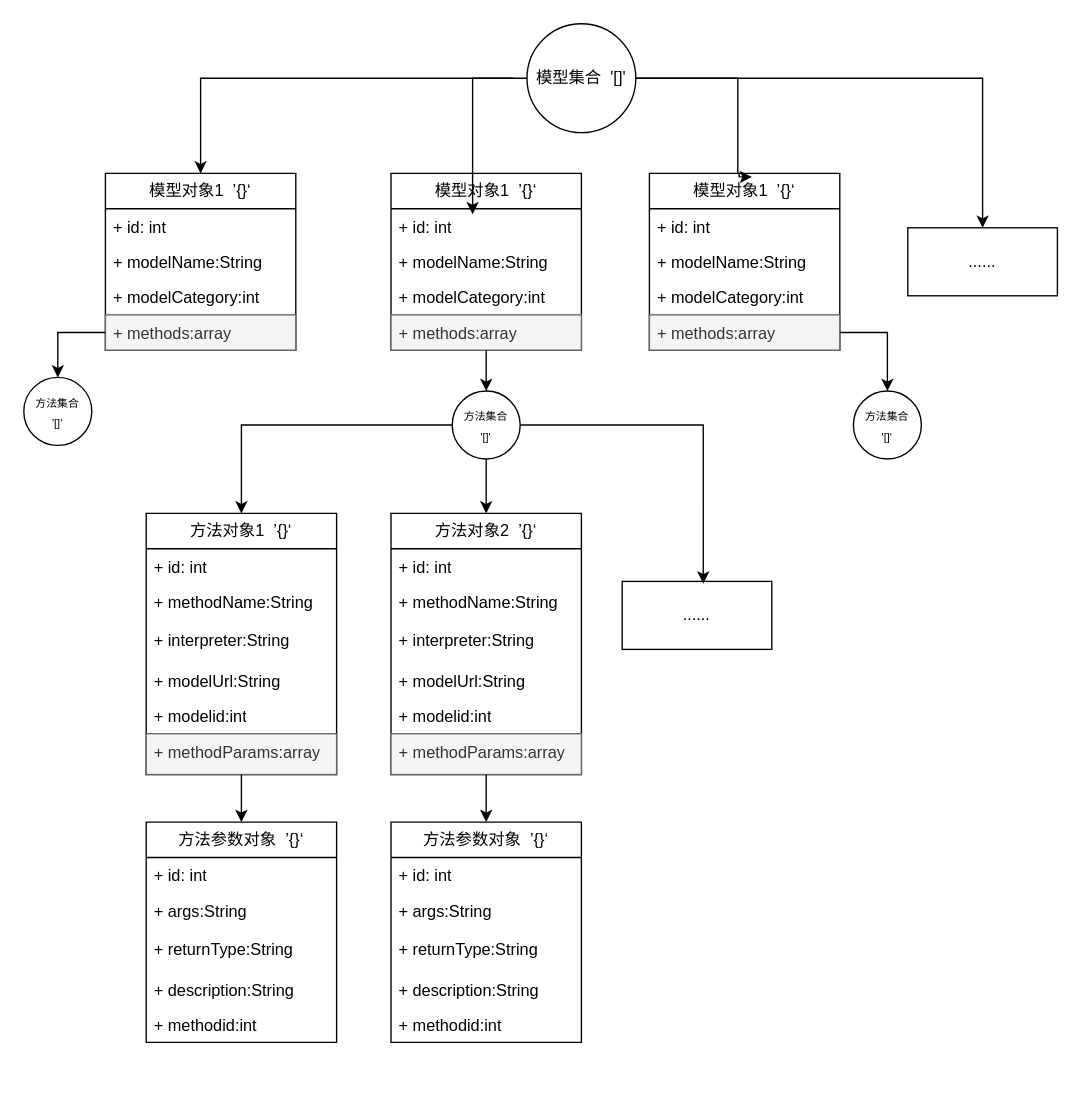
This is tree.drawio from liujing-maker/IDEA, a draw.io file, before an edit. Source tidied: cells renumbered, new cells numbered last; positions are measured from the earlier drawing's top-left corner, leaving out a move shared by most shapes. Both pictures are drawn from the tidied source at 136%, with x=0, y=0 at pixel (23, 23).
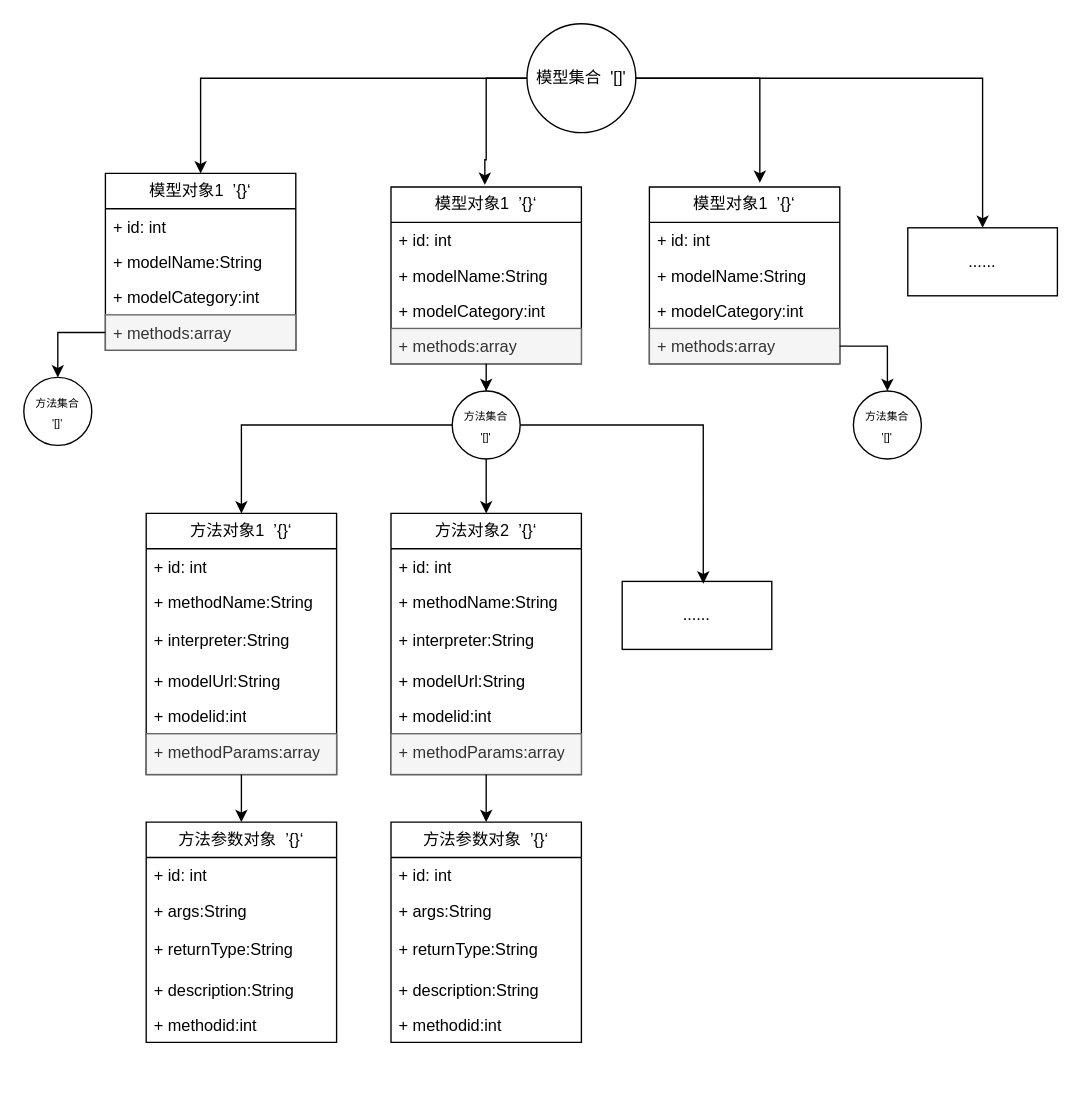
Above is the later version.

Unchanged cells that the change refers to:
```xml
<mxCell id="5" value="模型集合&amp;nbsp;&amp;nbsp;&lt;span style=&quot;background-color: initial;&quot;&gt;'[]'&lt;/span&gt;" style="ellipse;whiteSpace=wrap;html=1;" parent="1" vertex="1">
  <mxGeometry x="370" width="80" height="80" as="geometry" />
</mxCell>
<mxCell id="13" value="模型对象1&amp;nbsp; ’{}‘" style="swimlane;fontStyle=0;horizontal=1;startSize=26;fillColor=none;whiteSpace=wrap;html=1;" parent="12" vertex="1">
  <mxGeometry width="140" height="130" as="geometry" />
</mxCell>
<mxCell id="19" value="模型对象1&amp;nbsp; ’{}‘" style="swimlane;fontStyle=0;horizontal=1;startSize=26;fillColor=none;whiteSpace=wrap;html=1;" parent="18" vertex="1">
  <mxGeometry width="140" height="130" as="geometry" />
</mxCell>
```

What changed in the source:
```diff
@@
-    <mxCell id="3" style="edgeStyle=orthogonalEdgeStyle;rounded=0;orthogonalLoop=1;jettySize=auto;html=1;entryX=0.5;entryY=0;entryDx=0;entryDy=0;" parent="1" edge="1">
-      <mxGeometry relative="1" as="geometry">
-        <mxPoint x="360" y="40" as="sourcePoint" />
-        <mxPoint x="330" y="140" as="targetPoint" />
-        <Array as="points">
-          <mxPoint x="330" y="40" />
-        </Array>
-      </mxGeometry>
-    </mxCell>
@@
     <mxCell id="12" style="group;" parent="1" vertex="1">
-      <mxGeometry x="270" y="110" width="140" height="150" as="geometry" />
+      <mxGeometry x="270" y="120" width="140" height="150" as="geometry" />
     </mxCell>
@@
     <mxCell id="18" style="group;" parent="1" vertex="1">
-      <mxGeometry x="460" y="110" width="140" height="150" as="geometry" />
+      <mxGeometry x="460" y="120" width="140" height="150" as="geometry" />
     </mxCell>
@@
-    <mxCell id="24" style="edgeStyle=orthogonalEdgeStyle;rounded=0;jettySize=auto;html=1;entryX=0.539;entryY=0.02;entryDx=0;entryDy=0;entryPerimeter=0;" parent="1" edge="1" source="5" target="19">
-      <mxGeometry relative="1" as="geometry">
-        <Array as="points">
-          <mxPoint x="525" y="40" />
-          <mxPoint x="525" y="110" />
-          <mxPoint x="526" y="110" />
-        </Array>
-      </mxGeometry>
-    </mxCell>
@@
+    <mxCell id="68" style="edgeStyle=orthogonalEdgeStyle;rounded=0;jettySize=auto;html=1;entryX=0.493;entryY=-0.012;entryDx=0;entryDy=0;entryPerimeter=0;" parent="1" edge="1" source="5" target="13">
+      <mxGeometry relative="1" as="geometry">
+        <Array as="points">
+          <mxPoint x="340" y="40" />
+          <mxPoint x="340" y="100" />
+          <mxPoint x="339" y="100" />
+        </Array>
+      </mxGeometry>
+    </mxCell>
+    <mxCell id="24" style="edgeStyle=orthogonalEdgeStyle;rounded=0;jettySize=auto;html=1;entryX=0.58;entryY=-0.024;entryDx=0;entryDy=0;entryPerimeter=0;" parent="1" edge="1" source="5" target="19">
+      <mxGeometry relative="1" as="geometry" />
+    </mxCell>
```
